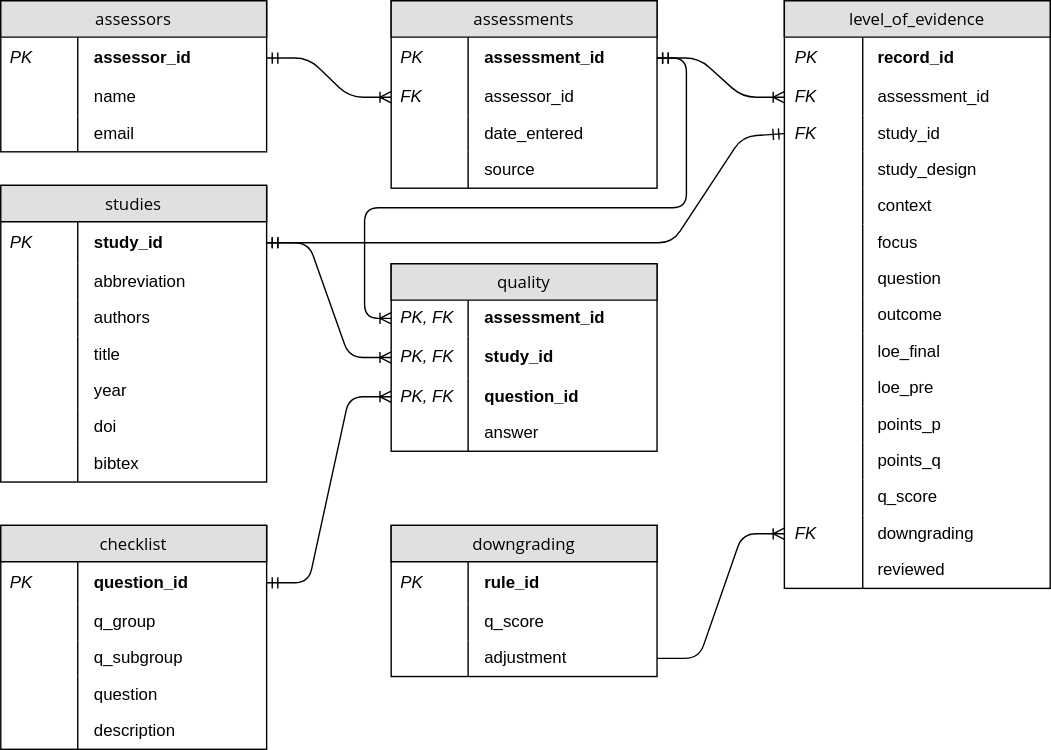
Earlier version of the draw.io export fig/eat_db.svg (dschoenig/eat). Source tidied: cells renumbered, new cells last; positions are measured from the earlier drawing's top-left corner, leaving out a move shared by most shapes.
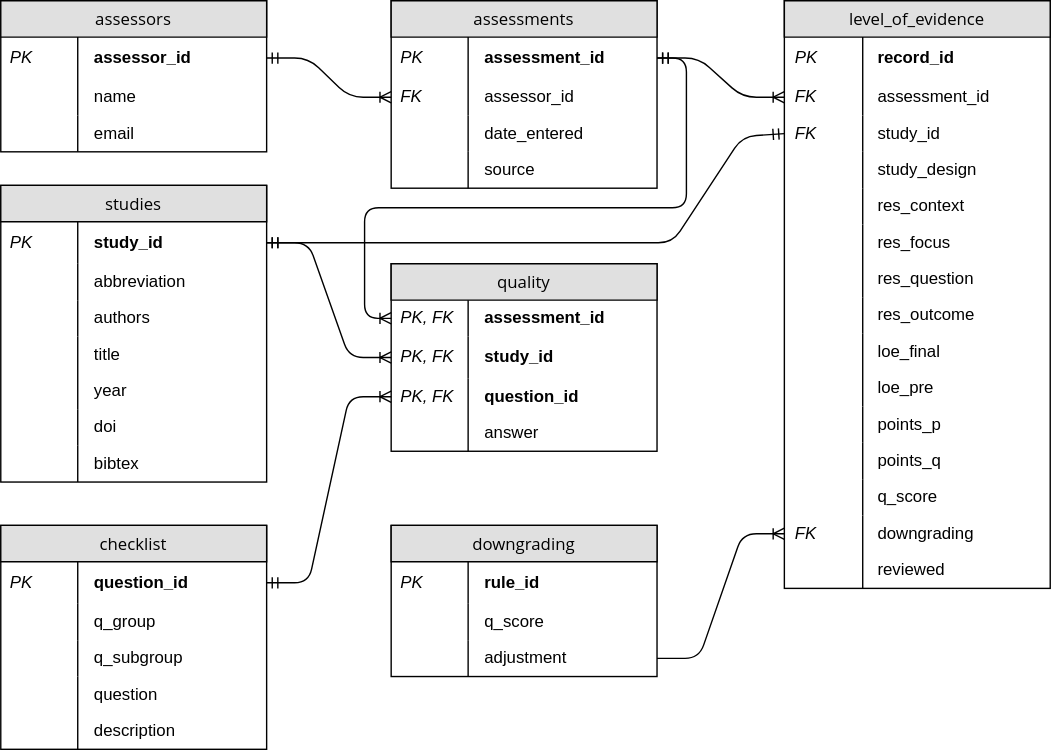
The same file after the commit.

What changed in the source:
```diff
@@ -29,25 +29,25 @@
     <mxCell id="10" style="shape=partialRectangle;top=0;left=0;bottom=0;fillColor=none;align=left;verticalAlign=middle;spacingLeft=64;spacingRight=4;overflow=hidden;" parent="9" vertex="1">
       <mxGeometry x="1" width="55" height="26" as="geometry" />
     </mxCell>
-    <mxCell id="11" value="context" style="shape=partialRectangle;top=0;left=0;right=0;bottom=0;align=left;verticalAlign=middle;fillColor=none;spacingLeft=64;spacingRight=4;overflow=hidden;" parent="2" vertex="1">
+    <mxCell id="11" value="res_context" style="shape=partialRectangle;top=0;left=0;right=0;bottom=0;align=left;verticalAlign=middle;fillColor=none;spacingLeft=64;spacingRight=4;overflow=hidden;" parent="2" vertex="1">
       <mxGeometry y="134" width="190" height="26" as="geometry" />
     </mxCell>
     <mxCell id="12" style="shape=partialRectangle;top=0;left=0;bottom=0;fillColor=none;align=left;verticalAlign=middle;spacingLeft=64;spacingRight=4;overflow=hidden;" parent="11" vertex="1">
       <mxGeometry x="1" width="55" height="26" as="geometry" />
     </mxCell>
-    <mxCell id="13" value="focus" style="shape=partialRectangle;top=0;left=0;right=0;bottom=0;align=left;verticalAlign=middle;fillColor=none;spacingLeft=64;spacingRight=4;overflow=hidden;" parent="2" vertex="1">
+    <mxCell id="13" value="res_focus" style="shape=partialRectangle;top=0;left=0;right=0;bottom=0;align=left;verticalAlign=middle;fillColor=none;spacingLeft=64;spacingRight=4;overflow=hidden;" parent="2" vertex="1">
       <mxGeometry y="160" width="190" height="26" as="geometry" />
     </mxCell>
     <mxCell id="14" style="shape=partialRectangle;top=0;left=0;bottom=0;fillColor=none;align=left;verticalAlign=middle;spacingLeft=4;spacingRight=4;overflow=hidden;" parent="13" vertex="1">
       <mxGeometry x="1" width="55" height="26" as="geometry" />
     </mxCell>
-    <mxCell id="15" value="question" style="shape=partialRectangle;top=0;left=0;right=0;bottom=0;align=left;verticalAlign=middle;fillColor=none;spacingLeft=64;spacingRight=4;overflow=hidden;" parent="2" vertex="1">
+    <mxCell id="15" value="res_question" style="shape=partialRectangle;top=0;left=0;right=0;bottom=0;align=left;verticalAlign=middle;fillColor=none;spacingLeft=64;spacingRight=4;overflow=hidden;" parent="2" vertex="1">
       <mxGeometry y="186" width="190" height="26" as="geometry" />
     </mxCell>
     <mxCell id="16" style="shape=partialRectangle;top=0;left=0;bottom=0;fillColor=none;align=left;verticalAlign=middle;spacingLeft=4;spacingRight=4;overflow=hidden;" parent="15" vertex="1">
       <mxGeometry x="1" width="55" height="26" as="geometry" />
     </mxCell>
-    <mxCell id="17" value="outcome" style="shape=partialRectangle;top=0;left=0;right=0;bottom=0;align=left;verticalAlign=middle;fillColor=none;spacingLeft=64;spacingRight=4;overflow=hidden;" parent="2" vertex="1">
+    <mxCell id="17" value="res_outcome" style="shape=partialRectangle;top=0;left=0;right=0;bottom=0;align=left;verticalAlign=middle;fillColor=none;spacingLeft=64;spacingRight=4;overflow=hidden;" parent="2" vertex="1">
       <mxGeometry y="212" width="190" height="26" as="geometry" />
     </mxCell>
     <mxCell id="18" style="shape=partialRectangle;top=0;left=0;bottom=0;fillColor=none;align=left;verticalAlign=middle;spacingLeft=4;spacingRight=4;overflow=hidden;" parent="17" vertex="1">
```
